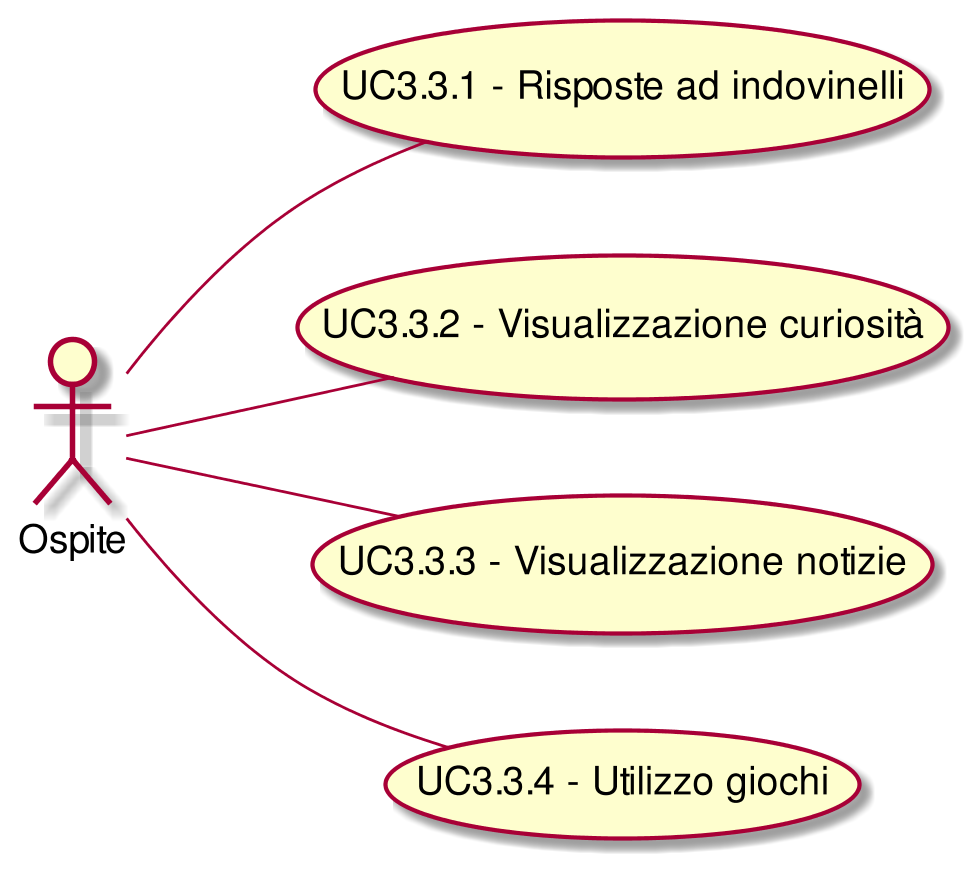
Earlier version of the PlantUML export RP/Esterni/AnalisiDeiRequisiti/images/UseCaseUC33.png (CoCodeSWE/Docs).
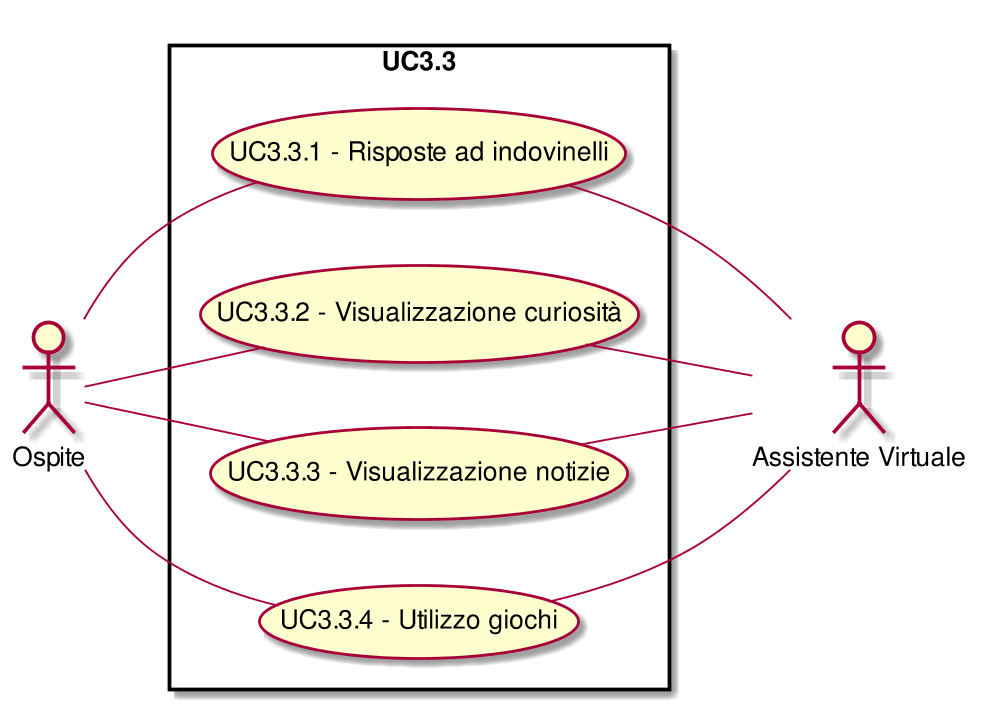
After the commit.

What changed in the source:
```diff
@@ -1,12 +1,25 @@
 @startuml
 scale 1000*1000
 left to right direction
+skinparam packageStyle rect
+:Ospite:
+:Assistente Virtuale:
+rectangle UC3.3{
 ( UC3.3.1 - Risposte ad indovinelli ) as (UC3.3.1)
 :Ospite:--(UC3.3.1)
+( UC3.3.1 - Risposte ad indovinelli ) as (UC3.3.1)
+(UC3.3.1)--:Assistente Virtuale:
 ( UC3.3.2 - Visualizzazione curiosità ) as (UC3.3.2)
 :Ospite:--(UC3.3.2)
+( UC3.3.2 - Visualizzazione curiosità ) as (UC3.3.2)
+(UC3.3.2)--:Assistente Virtuale:
 ( UC3.3.3 - Visualizzazione notizie ) as (UC3.3.3)
 :Ospite:--(UC3.3.3)
+( UC3.3.3 - Visualizzazione notizie ) as (UC3.3.3)
+(UC3.3.3)--:Assistente Virtuale:
 ( UC3.3.4 - Utilizzo giochi ) as (UC3.3.4)
 :Ospite:--(UC3.3.4)
+( UC3.3.4 - Utilizzo giochi ) as (UC3.3.4)
+(UC3.3.4)--:Assistente Virtuale:
+}
 @enduml
```
